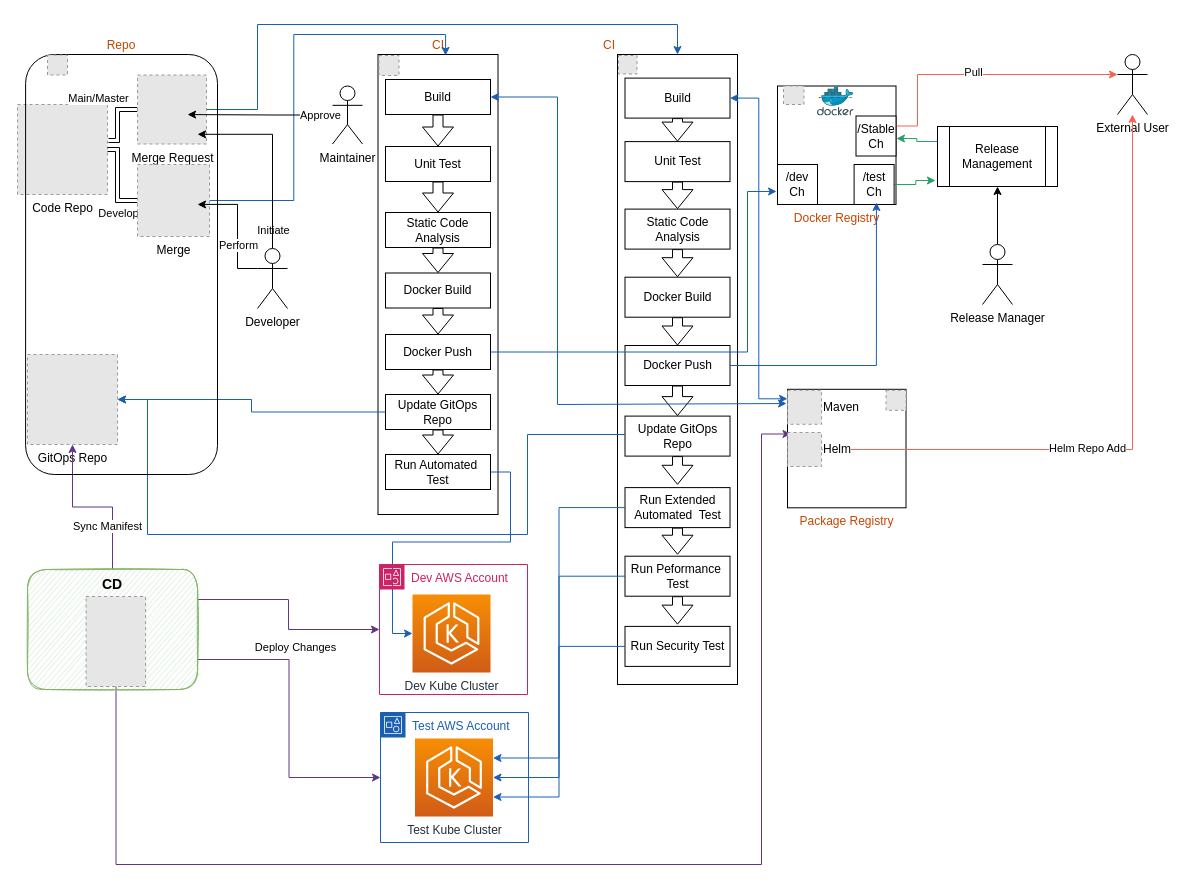
The draw.io diagram CICD Extended.drawio in RajithRajan/drawing, before the edit. Source tidied: cells renumbered, new cells numbered last; positions are measured from the earlier drawing's top-left corner, leaving out a move shared by most shapes. Both pictures are drawn from the tidied source at 100%, with x=0, y=0 at pixel (17, 24). Pictures stored in the file or linked from it are replaced by grey dashed boxes.
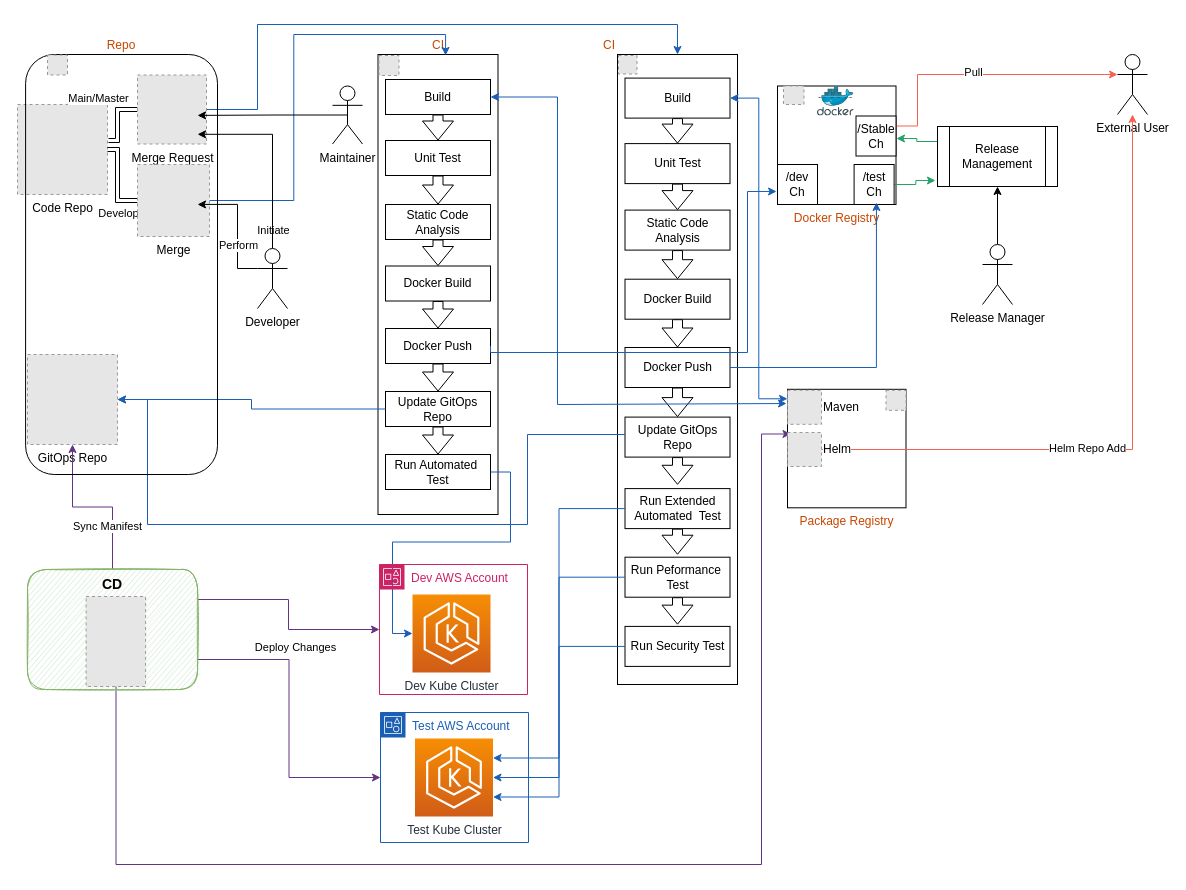
The same diagram, later.

The change refers to these unchanged cells:
```xml
<mxCell id="4" style="group;labelPosition=center;verticalLabelPosition=top;align=center;verticalAlign=bottom;" parent="1" vertex="1">
  <mxGeometry x="360.5" y="30" width="120" height="460" as="geometry" />
</mxCell>
<mxCell id="20" style="group;textDirection=ltr;labelPosition=left;verticalLabelPosition=top;align=right;verticalAlign=bottom;" parent="1" vertex="1">
  <mxGeometry x="600" y="30" width="120" height="790" as="geometry" />
</mxCell>
<mxCell id="50" value="GitOps Repo" style="fillColor=#E6E6E6;strokeColor=#999999;dashed=1;html=1;verticalAlign=top;verticalLabelPosition=bottom;labelBackgroundColor=#ffffff;" parent="1" vertex="1">
  <mxGeometry x="10" y="330" width="90" height="90" as="geometry" />
</mxCell>
<mxCell id="80" value="&lt;font color=&quot;#c64600&quot;&gt;Repo&lt;/font&gt;" style="rounded=1;whiteSpace=wrap;html=1;fillColor=none;labelPosition=center;verticalLabelPosition=top;align=center;verticalAlign=bottom;" parent="1" vertex="1">
  <mxGeometry x="8.1" y="30" width="191.9" height="420" as="geometry" />
</mxCell>
<mxCell id="99" value="&lt;div&gt;Maintainer&lt;/div&gt;" style="shape=umlActor;verticalLabelPosition=bottom;verticalAlign=top;html=1;" parent="1" vertex="1">
  <mxGeometry x="315" y="61.5" width="30" height="58" as="geometry" />
</mxCell>
```

The edit, as a diff of the source:
```diff
@@
     <mxCell id="9" value="Unit Test" style="rounded=0;whiteSpace=wrap;html=1;" parent="4" vertex="1">
-      <mxGeometry x="7.5" y="92" width="105" height="35" as="geometry" />
+      <mxGeometry x="7.5" y="86" width="105" height="35" as="geometry" />
     </mxCell>
@@
     <mxCell id="11" value="Static Code Analysis" style="rounded=0;whiteSpace=wrap;html=1;" parent="4" vertex="1">
-      <mxGeometry x="7.5" y="158" width="105" height="35" as="geometry" />
+      <mxGeometry x="7.5" y="150" width="105" height="35" as="geometry" />
     </mxCell>
@@
     <mxCell id="13" value="Docker Build" style="rounded=0;whiteSpace=wrap;html=1;" parent="4" vertex="1">
-      <mxGeometry x="7.5" y="218.5" width="105" height="35" as="geometry" />
+      <mxGeometry x="7.5" y="211.5" width="105" height="35" as="geometry" />
     </mxCell>
@@
     <mxCell id="15" value="Docker Push" style="rounded=0;whiteSpace=wrap;html=1;" parent="4" vertex="1">
-      <mxGeometry x="7.5" y="280" width="105" height="35" as="geometry" />
+      <mxGeometry x="7.5" y="274" width="105" height="35" as="geometry" />
     </mxCell>
@@
     <mxCell id="17" value="Update GitOps Repo" style="rounded=0;whiteSpace=wrap;html=1;" parent="4" vertex="1">
-      <mxGeometry x="7.5" y="340" width="105" height="35" as="geometry" />
+      <mxGeometry x="7.5" y="337" width="105" height="35" as="geometry" />
     </mxCell>
@@
     <mxCell id="25" value="Unit Test" style="rounded=0;whiteSpace=wrap;html=1;" parent="20" vertex="1">
-      <mxGeometry x="7.5" y="87.1" width="105" height="40" as="geometry" />
+      <mxGeometry x="7.5" y="89.1" width="105" height="40" as="geometry" />
     </mxCell>
@@
     <mxCell id="27" value="Static Code Analysis" style="rounded=0;whiteSpace=wrap;html=1;" parent="20" vertex="1">
-      <mxGeometry x="7.5" y="154.6" width="105" height="40" as="geometry" />
+      <mxGeometry x="7.5" y="155.6" width="105" height="40" as="geometry" />
     </mxCell>
@@
     <mxCell id="29" value="Docker Build" style="rounded=0;whiteSpace=wrap;html=1;" parent="20" vertex="1">
-      <mxGeometry x="7.5" y="222.7" width="105" height="40" as="geometry" />
+      <mxGeometry x="7.5" y="224.7" width="105" height="40" as="geometry" />
     </mxCell>
@@
     <mxCell id="31" value="Docker Push" style="rounded=0;whiteSpace=wrap;html=1;" parent="20" vertex="1">
-      <mxGeometry x="7.5" y="291" width="105" height="40" as="geometry" />
+      <mxGeometry x="7.5" y="293" width="105" height="40" as="geometry" />
     </mxCell>
@@
     <mxCell id="33" value="Update GitOps Repo" style="rounded=0;whiteSpace=wrap;html=1;" parent="20" vertex="1">
-      <mxGeometry x="7.5" y="361.6" width="105" height="40" as="geometry" />
+      <mxGeometry x="7.5" y="362.6" width="105" height="40" as="geometry" />
     </mxCell>
@@
     <mxCell id="35" value="Run Extended Automated&amp;nbsp; Test" style="rounded=0;whiteSpace=wrap;html=1;" parent="20" vertex="1">
-      <mxGeometry x="7.5" y="433.1" width="105" height="40" as="geometry" />
+      <mxGeometry x="7.5" y="434.1" width="105" height="40" as="geometry" />
     </mxCell>
@@
     <mxCell id="37" value="Run Peformance&amp;nbsp; Test" style="rounded=0;whiteSpace=wrap;html=1;" parent="20" vertex="1">
-      <mxGeometry x="7.5" y="501.7" width="105" height="40" as="geometry" />
+      <mxGeometry x="7.5" y="502.7" width="105" height="40" as="geometry" />
     </mxCell>
@@
     <mxCell id="52" style="edgeStyle=orthogonalEdgeStyle;rounded=0;jettySize=auto;html=1;entryX=1;entryY=0.5;entryDx=0;entryDy=0;strokeColor=#1a5fb4;" parent="1" edge="1" source="33" target="50">
       <mxGeometry relative="1" as="geometry">
         <Array as="points">
           <mxPoint x="510" y="410" />
-          <mxPoint x="510" y="510" />
-          <mxPoint x="130" y="510" />
+          <mxPoint x="510" y="500" />
+          <mxPoint x="130" y="500" />
           <mxPoint x="130" y="375" />
         </Array>
       </mxGeometry>
     </mxCell>
@@
-    <mxCell id="97" style="edgeStyle=orthogonalEdgeStyle;rounded=0;jettySize=auto;html=1;entryX=0.844;entryY=0.143;entryDx=0;entryDy=0;entryPerimeter=0;" parent="1" edge="1" source="99" target="80">
+    <mxCell id="97" style="edgeStyle=orthogonalEdgeStyle;rounded=0;jettySize=auto;html=1;exitX=0.5;exitY=0.5;exitDx=0;exitDy=0;exitPerimeter=0;entryX=0.896;entryY=0.145;entryDx=0;entryDy=0;entryPerimeter=0;" parent="1" edge="1" source="99" target="80">
       <mxGeometry relative="1" as="geometry" />
     </mxCell>
-    <mxCell id="98" value="Approve" style="edgeLabel;html=1;align=center;verticalAlign=middle;" parent="97" vertex="1">
-      <mxGeometry x="-0.77" relative="1" as="geometry">
-        <mxPoint x="4" as="offset" />
-      </mxGeometry>
-    </mxCell>
```
